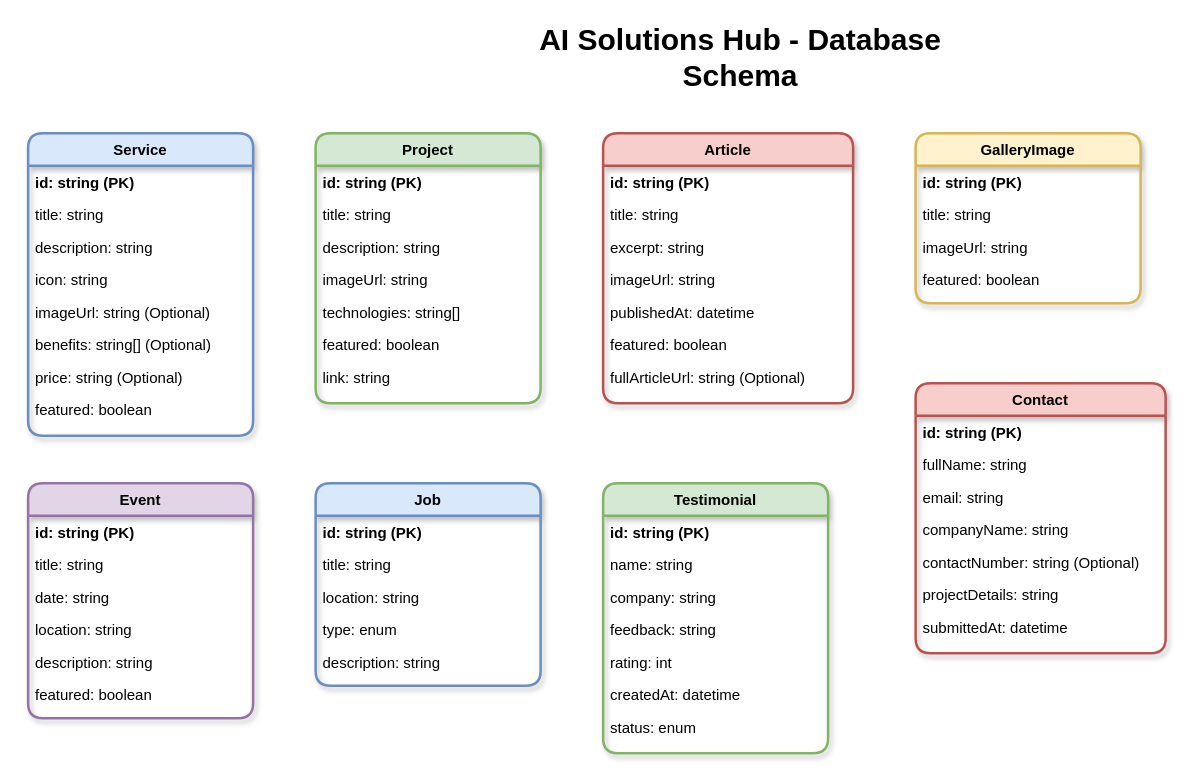
Earlier version of the draw.io diagram database-er-diagram.drawio.xml (shresthasijan92-tech/ai-solutions). Source tidied: cells renumbered, new cells numbered last; positions are measured from the earlier drawing's top-left corner, leaving out a move shared by most shapes. Both pictures are drawn from the tidied source at 125%, with x=0, y=0 at pixel (28, 32).
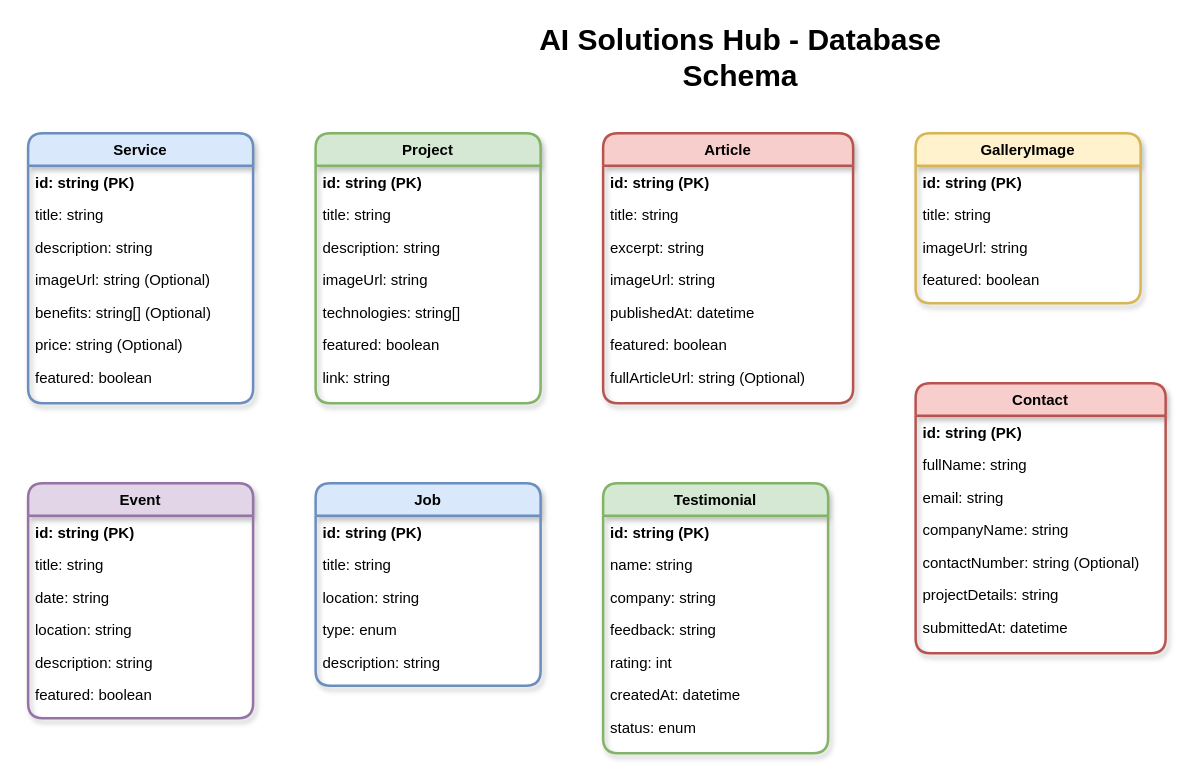
After the change.

Commit message (it also covers changes not shown here):
Remove the icon part from all the elements.

What changed in the source:
```diff
@@
     <mxCell id="3" value="Service" style="swimlane;fontStyle=1;align=center;verticalAlign=top;horizontal=1;startSize=26;rounded=1;shadow=1;strokeWidth=2;fillColor=#dae8fc;strokeColor=#6c8ebf;" parent="1" vertex="1">
-      <mxGeometry y="80" width="180" height="242" as="geometry" />
+      <mxGeometry y="80" width="180" height="216" as="geometry" />
     </mxCell>
@@
-    <mxCell id="7" value="icon: string" style="text;strokeColor=none;fillColor=none;align=left;verticalAlign=top;spacingLeft=4;spacingRight=4;overflow=hidden;" parent="3" vertex="1">
-      <mxGeometry y="104" width="180" height="26" as="geometry" />
-    </mxCell>
     <mxCell id="8" value="imageUrl: string (Optional)" style="text;strokeColor=none;fillColor=none;align=left;verticalAlign=top;spacingLeft=4;spacingRight=4;overflow=hidden;" parent="3" vertex="1">
-      <mxGeometry y="130" width="180" height="26" as="geometry" />
+      <mxGeometry y="104" width="180" height="26" as="geometry" />
     </mxCell>
     <mxCell id="9" value="benefits: string[] (Optional)" style="text;strokeColor=none;fillColor=none;align=left;verticalAlign=top;spacingLeft=4;spacingRight=4;overflow=hidden;" parent="3" vertex="1">
-      <mxGeometry y="156" width="180" height="26" as="geometry" />
+      <mxGeometry y="130" width="180" height="26" as="geometry" />
     </mxCell>
     <mxCell id="10" value="price: string (Optional)" style="text;strokeColor=none;fillColor=none;align=left;verticalAlign=top;spacingLeft=4;spacingRight=4;overflow=hidden;" parent="3" vertex="1">
-      <mxGeometry y="182" width="180" height="26" as="geometry" />
+      <mxGeometry y="156" width="180" height="26" as="geometry" />
     </mxCell>
     <mxCell id="11" value="featured: boolean" style="text;strokeColor=none;fillColor=none;align=left;verticalAlign=top;spacingLeft=4;spacingRight=4;overflow=hidden;" parent="3" vertex="1">
-      <mxGeometry y="208" width="180" height="26" as="geometry" />
+      <mxGeometry y="182" width="180" height="26" as="geometry" />
     </mxCell>
```
